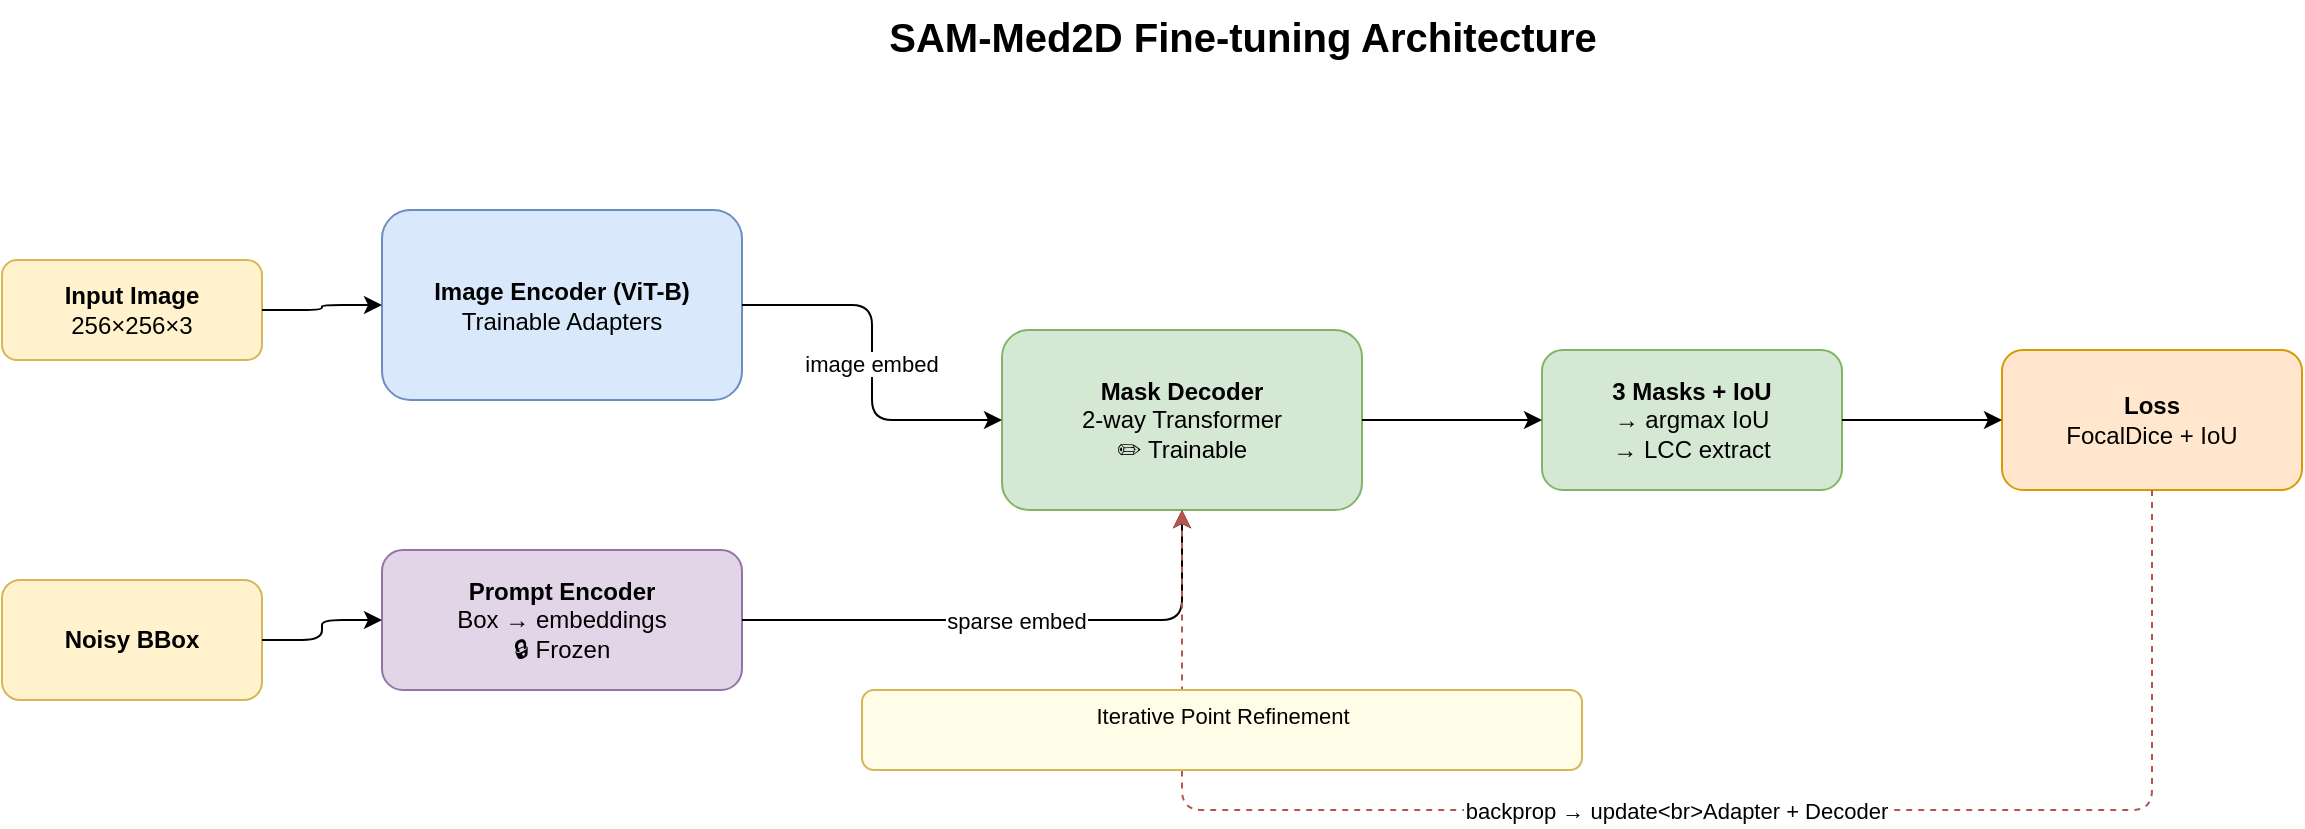
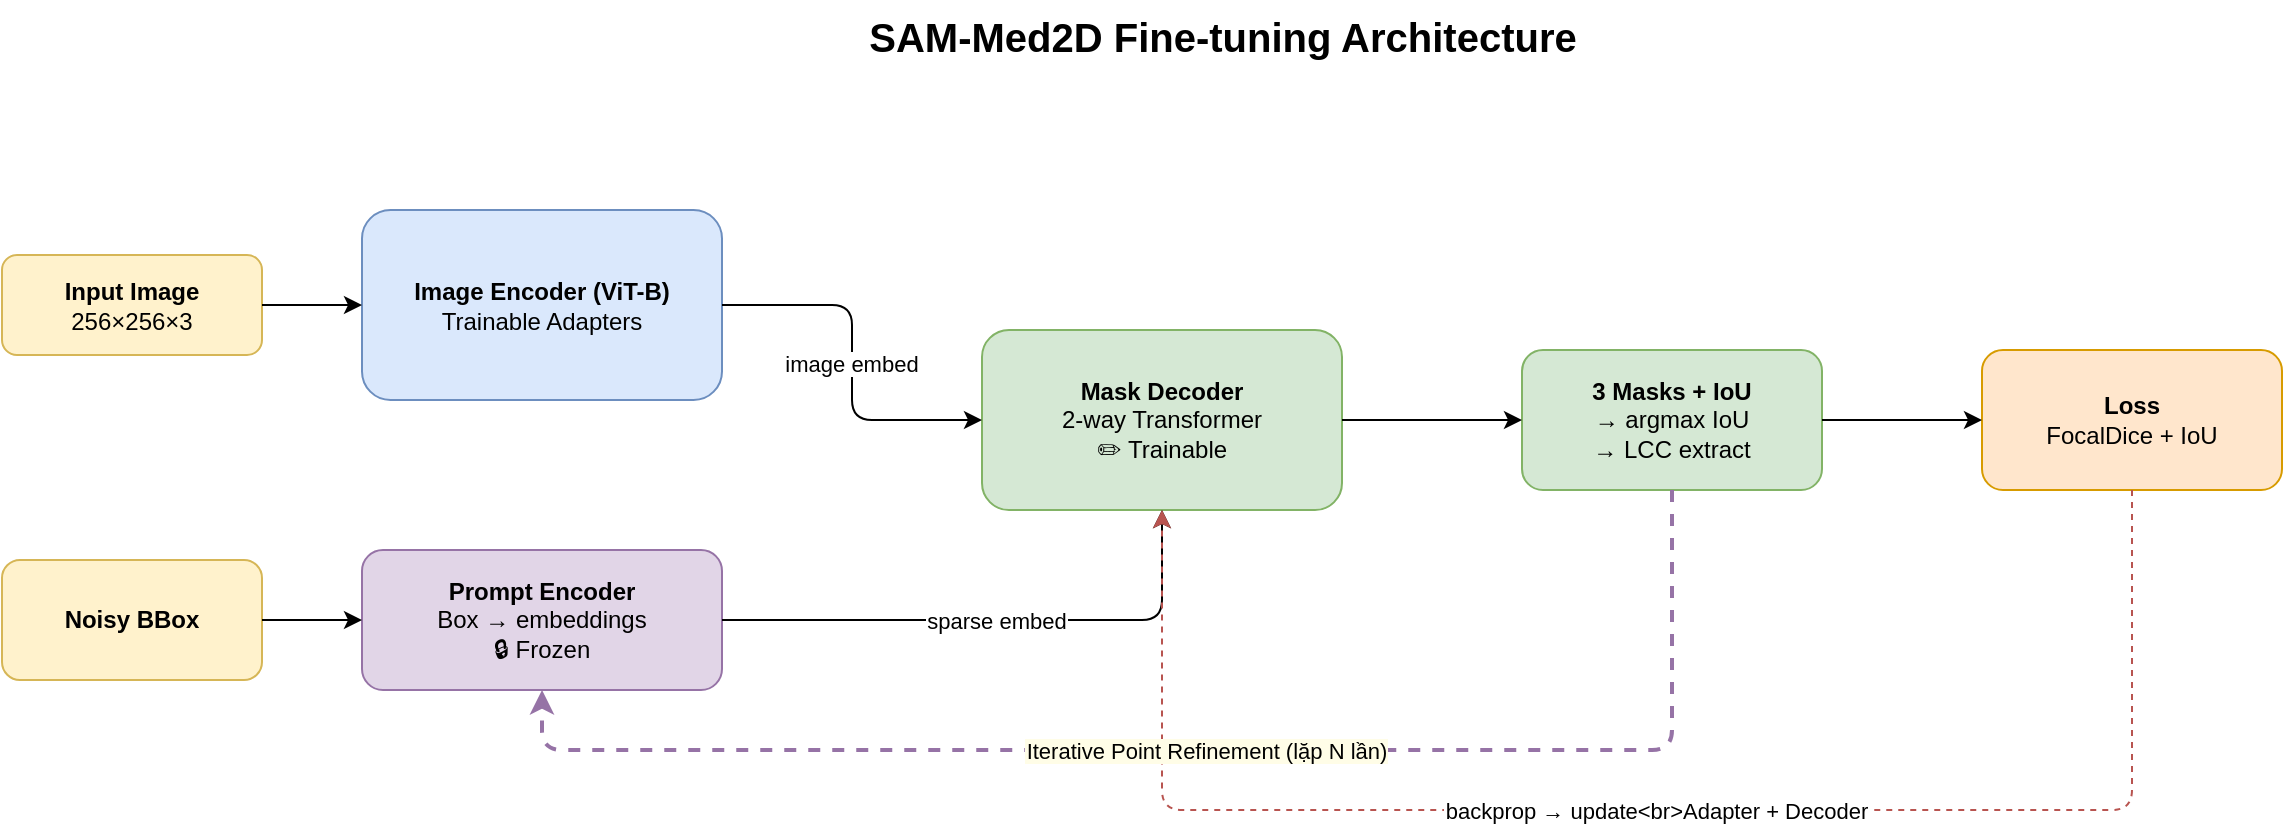
<mxfile host="65bd71144e">
    <diagram name="5. SAM-Med2D" id="sammed2d">
-         <mxGraphModel dx="1100" dy="380" grid="1" gridSize="10" guides="1" tooltips="1" connect="1" arrows="1" fold="1" page="1" pageScale="1" pageWidth="1300" pageHeight="480" math="0" shadow="0">
+         <mxGraphModel dx="1394" dy="331" grid="1" gridSize="10" guides="1" tooltips="1" connect="1" arrows="1" fold="1" page="1" pageScale="1" pageWidth="1300" pageHeight="480" math="0" shadow="0">
            <root>
                <mxCell id="0"/>
                <mxCell id="1" parent="0"/>
- 
-                 <!-- TITLE -->
                <mxCell id="title" value="SAM-Med2D Fine-tuning Architecture" style="text;html=1;strokeColor=none;fillColor=none;align=center;fontSize=20;fontStyle=1;" parent="1" vertex="1">
                    <mxGeometry x="250" y="15" width="800" height="35" as="geometry"/>
                </mxCell>
- 
-                 <!-- INPUT IMAGE -->
                <mxCell id="img_in" value="&lt;b&gt;Input Image&lt;/b&gt;&lt;br&gt;256×256×3" style="rounded=1;whiteSpace=wrap;html=1;fillColor=#fff2cc;strokeColor=#d6b656;fontSize=12;" parent="1" vertex="1">
-                     <mxGeometry x="30" y="145" width="130" height="50" as="geometry"/>
+                     <mxGeometry x="40" y="142.5" width="130" height="50" as="geometry"/>
                </mxCell>
- 
-                 <!-- NOISY BBOX -->
                <mxCell id="bbox_in" value="&lt;b&gt;Noisy BBox&lt;/b&gt;" style="rounded=1;whiteSpace=wrap;html=1;fillColor=#fff2cc;strokeColor=#d6b656;fontSize=12;" parent="1" vertex="1">
-                     <mxGeometry x="30" y="305" width="130" height="60" as="geometry"/>
+                     <mxGeometry x="40" y="295" width="130" height="60" as="geometry"/>
                </mxCell>
- 
-                 <!-- IMAGE ENCODER -->
                <mxCell id="img_enc" value="&lt;b&gt;Image Encoder (ViT-B)&lt;/b&gt;&lt;br&gt;Trainable Adapters" style="rounded=1;whiteSpace=wrap;html=1;fillColor=#dae8fc;strokeColor=#6c8ebf;fontSize=12;" parent="1" vertex="1">
                    <mxGeometry x="220" y="120" width="180" height="95" as="geometry"/>
                </mxCell>
- 
-                 <!-- PROMPT ENCODER -->
                <mxCell id="prompt_enc" value="&lt;b&gt;Prompt Encoder&lt;/b&gt;&lt;br&gt;Box → embeddings&lt;br&gt;🔒 Frozen" style="rounded=1;whiteSpace=wrap;html=1;fillColor=#e1d5e7;strokeColor=#9673a6;fontSize=12;" parent="1" vertex="1">
                    <mxGeometry x="220" y="290" width="180" height="70" as="geometry"/>
                </mxCell>
- 
-                 <!-- MASK DECODER -->
                <mxCell id="mask_dec" value="&lt;b&gt;Mask Decoder&lt;/b&gt;&lt;br&gt;2-way Transformer&lt;br&gt;✏️ Trainable" style="rounded=1;whiteSpace=wrap;html=1;fillColor=#d5e8d4;strokeColor=#82b366;fontSize=12;" parent="1" vertex="1">
                    <mxGeometry x="530" y="180" width="180" height="90" as="geometry"/>
                </mxCell>
- 
-                 <!-- OUTPUT -->
                <mxCell id="output" value="&lt;b&gt;3 Masks + IoU&lt;/b&gt;&lt;br&gt;→ argmax IoU&lt;br&gt;→ LCC extract" style="rounded=1;whiteSpace=wrap;html=1;fillColor=#d5e8d4;strokeColor=#82b366;fontSize=12;" parent="1" vertex="1">
                    <mxGeometry x="800" y="190" width="150" height="70" as="geometry"/>
                </mxCell>
- 
-                 <!-- LOSS -->
                <mxCell id="loss" value="&lt;b&gt;Loss&lt;/b&gt;&lt;br&gt;FocalDice + IoU" style="rounded=1;whiteSpace=wrap;html=1;fillColor=#ffe6cc;strokeColor=#d79b00;fontSize=12;" parent="1" vertex="1">
                    <mxGeometry x="1030" y="190" width="150" height="70" as="geometry"/>
                </mxCell>
- 
-                 <!-- EDGES -->
                <mxCell id="e1" value="" style="edgeStyle=orthogonalEdgeStyle;" parent="1" source="img_in" target="img_enc" edge="1">
                    <mxGeometry relative="1" as="geometry"/>
                </mxCell>
                <mxCell id="e2" value="" style="edgeStyle=orthogonalEdgeStyle;" parent="1" source="bbox_in" target="prompt_enc" edge="1">
                    <mxGeometry relative="1" as="geometry"/>
                </mxCell>
                <mxCell id="e3" value="image embed" style="edgeStyle=orthogonalEdgeStyle;fontSize=11;" parent="1" source="img_enc" target="mask_dec" edge="1">
                    <mxGeometry relative="1" as="geometry"/>
                </mxCell>
                <mxCell id="e4" value="sparse embed" style="edgeStyle=orthogonalEdgeStyle;fontSize=11;" parent="1" source="prompt_enc" target="mask_dec" edge="1">
                    <mxGeometry relative="1" as="geometry"/>
                </mxCell>
                <mxCell id="e5" value="" style="edgeStyle=orthogonalEdgeStyle;" parent="1" source="mask_dec" target="output" edge="1">
                    <mxGeometry relative="1" as="geometry"/>
                </mxCell>
                <mxCell id="e6" value="" style="edgeStyle=orthogonalEdgeStyle;" parent="1" source="output" target="loss" edge="1">
                    <mxGeometry relative="1" as="geometry"/>
                </mxCell>
- 
-                 <!-- BACKPROP arrow -->
                <mxCell id="e7" value="backprop → update&lt;br&gt;Adapter + Decoder" style="edgeStyle=orthogonalEdgeStyle;dashed=1;strokeColor=#b85450;fontSize=11;exitX=0.5;exitY=1;exitDx=0;exitDy=0;entryX=0.5;entryY=1;entryDx=0;entryDy=0;" parent="1" source="loss" target="mask_dec" edge="1">
                    <mxGeometry relative="1" as="geometry">
                        <Array as="points">
                            <mxPoint x="1105" y="420"/>
                            <mxPoint x="620" y="420"/>
                        </Array>
                    </mxGeometry>
                </mxCell>
- 
-                 <!-- ITER POINT note (small) -->
-                 <mxCell id="iter_note" value="Iterative Point Refinement" style="text;html=1;strokeColor=#d6b656;fillColor=#fffde7;align=center;fontSize=11;rounded=1;" parent="1" vertex="1">
-                     <mxGeometry x="460" y="360" width="360" height="40" as="geometry"/>
+                 <mxCell id="iter_loop" value="Iterative Point Refinement (lặp N lần)" style="edgeStyle=orthogonalEdgeStyle;dashed=1;strokeColor=#9673a6;strokeWidth=2;fontSize=11;exitX=0.5;exitY=1;exitDx=0;exitDy=0;entryX=0.5;entryY=1;entryDx=0;entryDy=0;labelBackgroundColor=#fffde7;" parent="1" source="output" target="prompt_enc" edge="1">
+                     <mxGeometry relative="1" as="geometry">
+                         <Array as="points">
+                             <mxPoint x="875" y="390"/>
+                             <mxPoint x="310" y="390"/>
+                         </Array>
+                     </mxGeometry>
                </mxCell>
- 
            </root>
        </mxGraphModel>
    </diagram>
- </mxfile>
+ </mxfile>